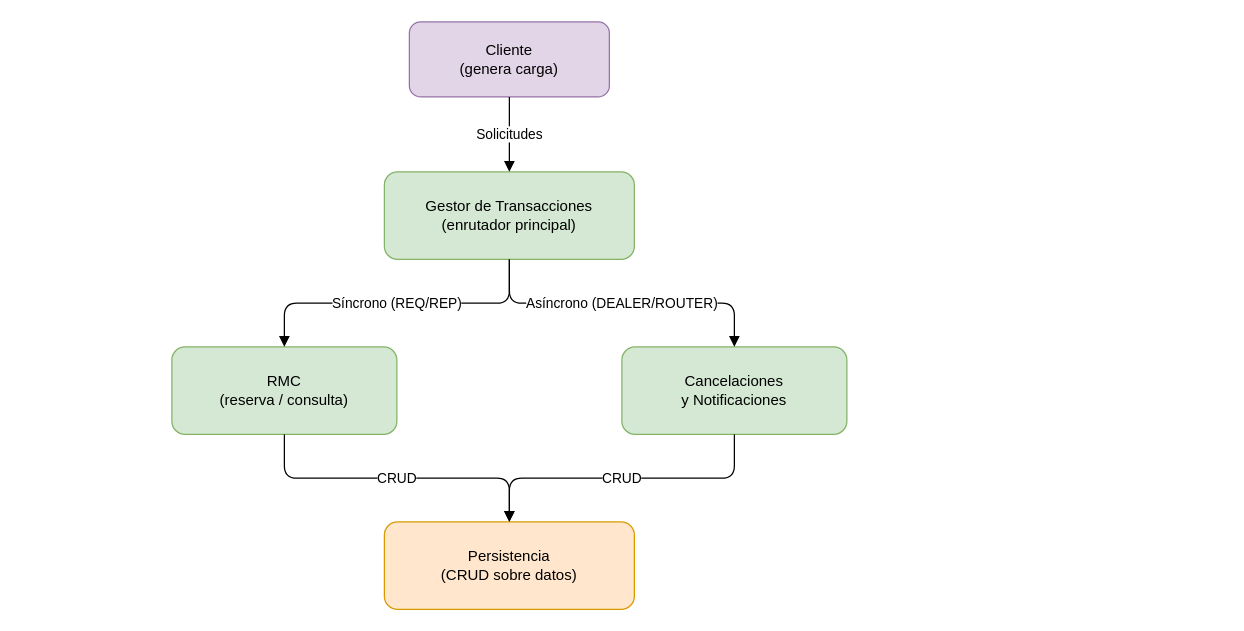
Earlier version of the draw.io diagram docs/diagramas/componentes.drawio (AdrianMontLin/sistema-reserva-boletos). Source tidied: cells renumbered, new cells numbered last; positions are measured from the earlier drawing's top-left corner, leaving out a move shared by most shapes. Both pictures are drawn from the tidied source at 125%, with x=0, y=0 at pixel (171, 21).
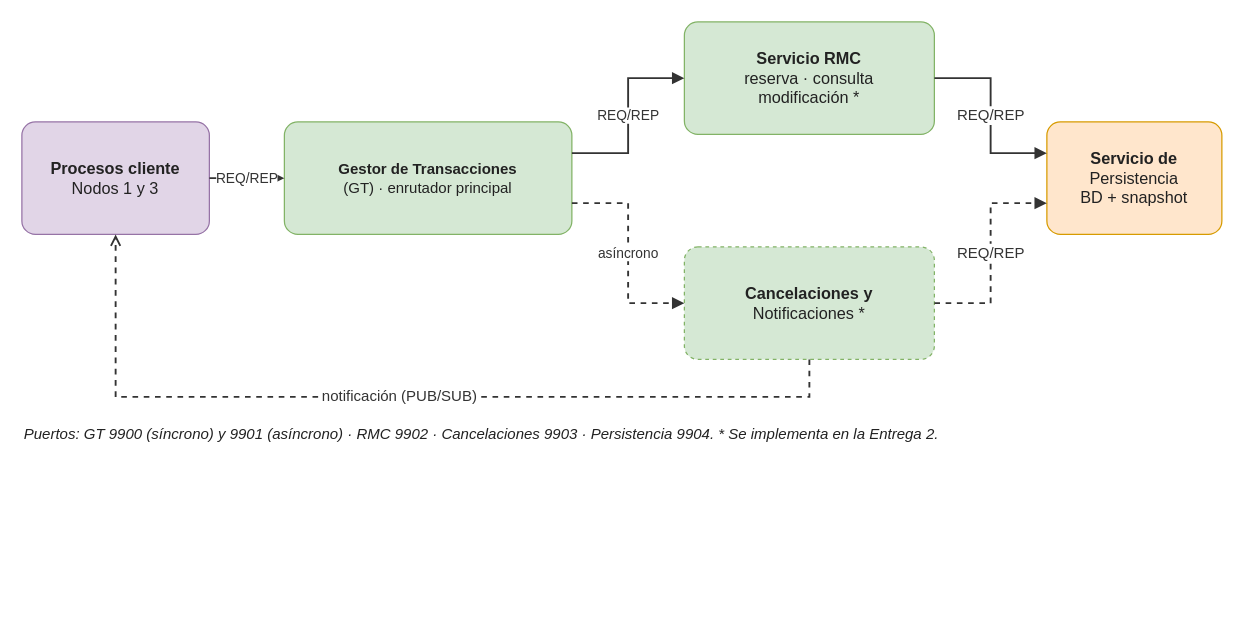
The same page after the edit.

Change to the diagram source:
```diff
@@
-    <mxCell id="2" value="Cliente&#10;(genera carga)" style="rounded=1;whiteSpace=wrap;html=1;fillColor=#E1D5E7;strokeColor=#9673A6;" parent="1" vertex="1">
-      <mxGeometry x="190" width="160" height="60" as="geometry" />
-    </mxCell>
-    <mxCell id="3" value="Gestor de Transacciones&#10;(enrutador principal)" style="rounded=1;whiteSpace=wrap;html=1;fillColor=#D5E8D4;strokeColor=#82B366;" parent="1" vertex="1">
-      <mxGeometry x="170" y="120" width="200" height="70" as="geometry" />
+    <mxCell id="3" value="&lt;b&gt;Procesos cliente&lt;/b&gt;&lt;br&gt;Nodos 1 y 3" style="rounded=1;arcSize=12;whiteSpace=wrap;html=1;fillColor=#E1D5E7;strokeColor=#9673A6;fontColor=#222222;fontSize=13;align=center;verticalAlign=middle;" parent="1" vertex="1">
+      <mxGeometry x="-120" y="80" width="150" height="90" as="geometry" />
     </mxCell>
-    <mxCell id="4" value="RMC&#10;(reserva / consulta)" style="rounded=1;whiteSpace=wrap;html=1;fillColor=#D5E8D4;strokeColor=#82B366;" parent="1" vertex="1">
-      <mxGeometry y="260" width="180" height="70" as="geometry" />
+    <mxCell id="4" value="&lt;b&gt;Gestor de Transacciones&lt;/b&gt;&lt;br&gt;(GT) · enrutador principal" style="rounded=1;arcSize=12;whiteSpace=wrap;html=1;fillColor=#D5E8D4;strokeColor=#82B366;fontColor=#222222;fontSize=12;align=center;verticalAlign=middle;" parent="1" vertex="1">
+      <mxGeometry x="90" y="80" width="230" height="90" as="geometry" />
     </mxCell>
-    <mxCell id="5" value="Cancelaciones&#10;y Notificaciones" style="rounded=1;whiteSpace=wrap;html=1;fillColor=#D5E8D4;strokeColor=#82B366;" parent="1" vertex="1">
-      <mxGeometry x="360" y="260" width="180" height="70" as="geometry" />
+    <mxCell id="5" value="&lt;b&gt;Servicio RMC&lt;/b&gt;&lt;br&gt;reserva · consulta&lt;br&gt;modificación *" style="rounded=1;arcSize=12;whiteSpace=wrap;html=1;fillColor=#D5E8D4;strokeColor=#82B366;fontColor=#222222;fontSize=13;align=center;verticalAlign=middle;" parent="1" vertex="1">
+      <mxGeometry x="410" width="200" height="90" as="geometry" />
     </mxCell>
-    <mxCell id="6" value="Persistencia&#10;(CRUD sobre datos)" style="rounded=1;whiteSpace=wrap;html=1;fillColor=#FFE6CC;strokeColor=#D79B00;" parent="1" vertex="1">
-      <mxGeometry x="170" y="400" width="200" height="70" as="geometry" />
+    <mxCell id="6" value="&lt;b&gt;Cancelaciones y&lt;/b&gt;&lt;br&gt;Notificaciones *" style="rounded=1;arcSize=12;whiteSpace=wrap;html=1;fillColor=#D5E8D4;strokeColor=#82B366;fontColor=#222222;fontSize=13;align=center;verticalAlign=middle;dashed=1;" parent="1" vertex="1">
+      <mxGeometry x="410" y="180" width="200" height="90" as="geometry" />
     </mxCell>
-    <mxCell id="7" value="Solicitudes" style="edgeStyle=orthogonalEdgeStyle;html=1;endArrow=block;" parent="1" edge="1" source="2" target="3">
-      <mxGeometry relative="1" as="geometry" />
-    </mxCell>
-    <mxCell id="8" value="Síncrono (REQ/REP)" style="edgeStyle=orthogonalEdgeStyle;html=1;endArrow=block;" parent="1" edge="1" source="3" target="4">
-      <mxGeometry relative="1" as="geometry" />
-    </mxCell>
-    <mxCell id="9" value="Asíncrono (DEALER/ROUTER)" style="edgeStyle=orthogonalEdgeStyle;html=1;endArrow=block;" parent="1" edge="1" source="3" target="5">
-      <mxGeometry relative="1" as="geometry" />
-    </mxCell>
-    <mxCell id="10" value="CRUD" style="edgeStyle=orthogonalEdgeStyle;html=1;endArrow=block;" parent="1" edge="1" source="4" target="6">
-      <mxGeometry relative="1" as="geometry" />
-    </mxCell>
-    <mxCell id="11" value="CRUD" style="edgeStyle=orthogonalEdgeStyle;html=1;endArrow=block;" parent="1" edge="1" source="5" target="6">
-      <mxGeometry relative="1" as="geometry" />
-    </mxCell>
+    <mxCell id="12" value="&lt;b&gt;Servicio de&lt;/b&gt;&lt;br&gt;Persistencia&lt;br&gt;BD + snapshot" style="rounded=1;arcSize=12;whiteSpace=wrap;html=1;fillColor=#FFE6CC;strokeColor=#D79B00;fontColor=#222222;fontSize=13;align=center;verticalAlign=middle;" parent="1" vertex="1">
+      <mxGeometry x="700" y="80" width="140" height="90" as="geometry" />
+    </mxCell>
+    <mxCell id="13" value="REQ/REP" style="html=1;rounded=0;strokeWidth=1.5;labelBackgroundColor=#ffffff;fontSize=11;fontColor=#333333;strokeColor=#333333;endArrow=block;endFill=1;startArrow=none;" parent="1" edge="1">
+      <mxGeometry relative="1" as="geometry">
+        <mxPoint x="30" y="125" as="sourcePoint" />
+        <mxPoint x="90" y="125" as="targetPoint" />
+      </mxGeometry>
+    </mxCell>
+    <mxCell id="14" value="REQ/REP" style="html=1;rounded=0;strokeWidth=1.5;labelBackgroundColor=#ffffff;fontSize=11;fontColor=#333333;strokeColor=#333333;endArrow=block;endFill=1;startArrow=none;" parent="1" edge="1">
+      <mxGeometry relative="1" as="geometry">
+        <mxPoint x="320" y="105" as="sourcePoint" />
+        <mxPoint x="410" y="45" as="targetPoint" />
+        <Array as="points">
+          <mxPoint x="365" y="105" />
+          <mxPoint x="365" y="45" />
+        </Array>
+      </mxGeometry>
+    </mxCell>
+    <mxCell id="15" value="asíncrono" style="html=1;rounded=0;strokeWidth=1.5;labelBackgroundColor=#ffffff;fontSize=11;fontColor=#333333;strokeColor=#333333;endArrow=block;endFill=1;startArrow=none;dashed=1;" parent="1" edge="1">
+      <mxGeometry relative="1" as="geometry">
+        <mxPoint x="320" y="145" as="sourcePoint" />
+        <mxPoint x="410" y="225" as="targetPoint" />
+        <Array as="points">
+          <mxPoint x="365" y="145" />
+          <mxPoint x="365" y="225" />
+        </Array>
+      </mxGeometry>
+    </mxCell>
+    <mxCell id="16" value="REQ/REP" style="html=1;rounded=0;strokeWidth=1.5;labelBackgroundColor=#ffffff;fontSize=12;fontColor=#333333;strokeColor=#333333;endArrow=block;endFill=1;startArrow=none;" parent="1" edge="1">
+      <mxGeometry relative="1" as="geometry">
+        <mxPoint x="610" y="45" as="sourcePoint" />
+        <mxPoint x="700" y="105" as="targetPoint" />
+        <Array as="points">
+          <mxPoint x="655" y="45" />
+          <mxPoint x="655" y="105" />
+        </Array>
+      </mxGeometry>
+    </mxCell>
+    <mxCell id="17" value="REQ/REP" style="html=1;rounded=0;strokeWidth=1.5;labelBackgroundColor=#ffffff;fontSize=12;fontColor=#333333;strokeColor=#333333;endArrow=block;endFill=1;startArrow=none;dashed=1;" parent="1" edge="1">
+      <mxGeometry relative="1" as="geometry">
+        <mxPoint x="610" y="225" as="sourcePoint" />
+        <mxPoint x="700" y="145" as="targetPoint" />
+        <Array as="points">
+          <mxPoint x="655" y="225" />
+          <mxPoint x="655" y="145" />
+        </Array>
+      </mxGeometry>
+    </mxCell>
+    <mxCell id="18" value="notificación (PUB/SUB)" style="html=1;rounded=0;strokeWidth=1.5;labelBackgroundColor=#ffffff;fontSize=12;fontColor=#333333;strokeColor=#333333;endArrow=open;endFill=0;startArrow=none;dashed=1;" parent="1" edge="1">
+      <mxGeometry relative="1" as="geometry">
+        <mxPoint x="510" y="270" as="sourcePoint" />
+        <mxPoint x="-45" y="170" as="targetPoint" />
+        <Array as="points">
+          <mxPoint x="510" y="300" />
+          <mxPoint x="-45" y="300" />
+        </Array>
+      </mxGeometry>
+    </mxCell>
+    <mxCell id="19" value="Puertos: GT 9900 (síncrono) y 9901 (asíncrono) · RMC 9902 · Cancelaciones 9903 · Persistencia 9904.   * Se implementa en la Entrega 2." style="text;html=1;align=left;verticalAlign=top;whiteSpace=wrap;fontSize=12;fontColor=#222222;fontStyle=2;" parent="1" vertex="1">
+      <mxGeometry x="-120" y="316" width="900" height="23" as="geometry" />
+    </mxCell>
```
